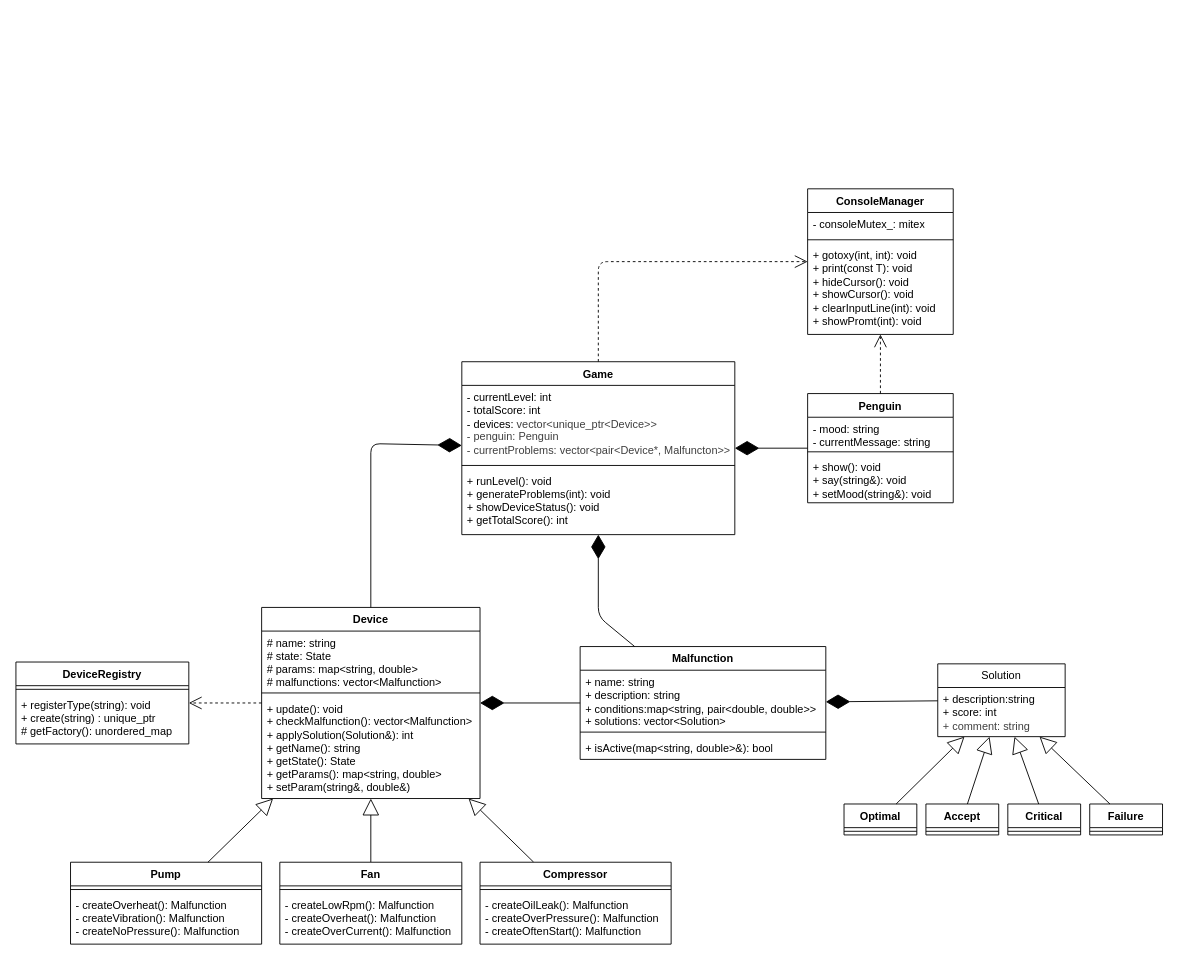
MARGO0901/otus-finalproject keeps this draw.io diagram as docs/diagram.drawio. Above is the earlier version. Source tidied: cells renumbered, new cells numbered last; positions are measured from the earlier drawing's top-left corner, leaving out a move shared by most shapes. Both pictures are drawn from the tidied source at 91%, with x=0, y=0 at pixel (15, 188).
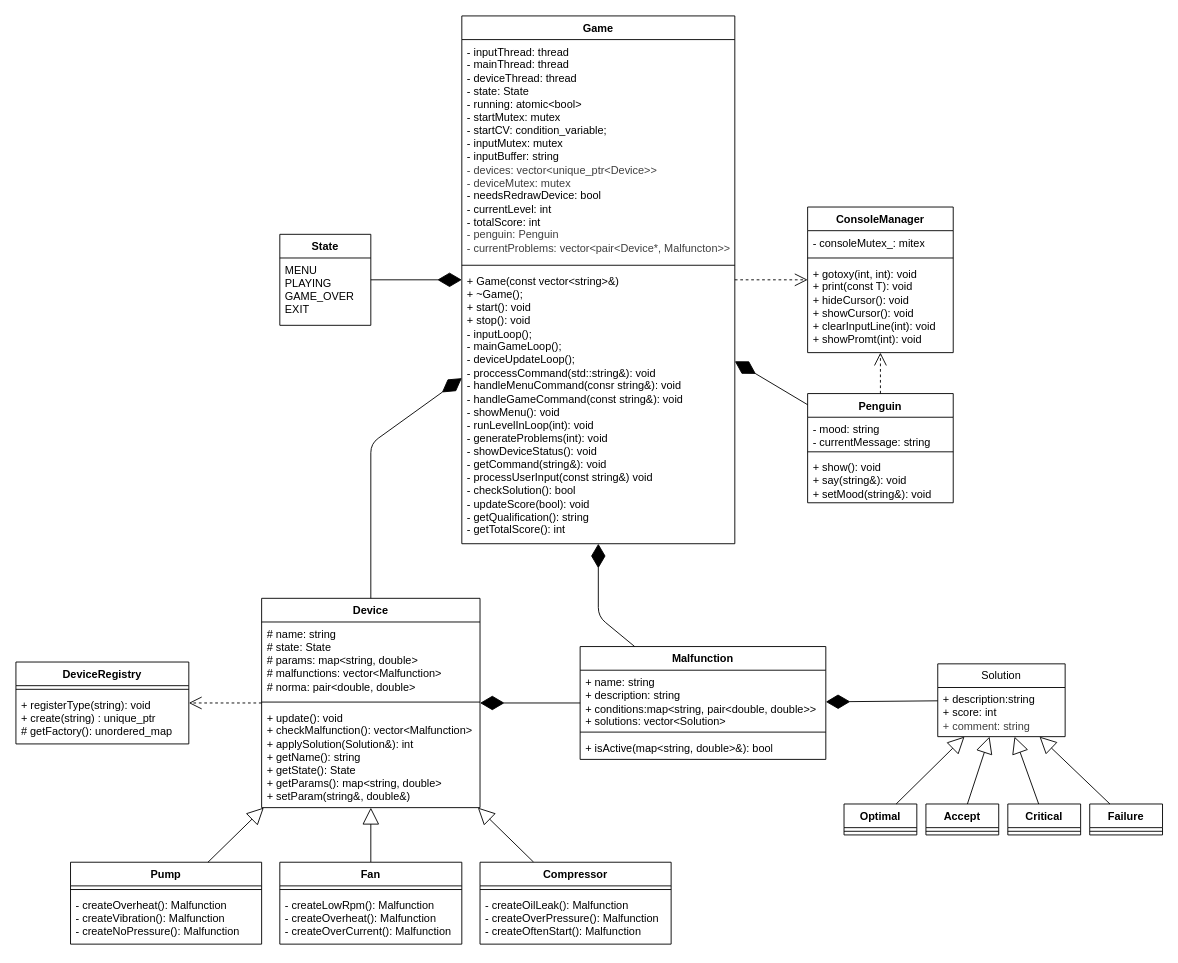
The same page after the edit.

Diff of the diagram source:
```diff
@@
     <mxCell id="2" value="Game" style="swimlane;fontStyle=1;align=center;verticalAlign=top;horizontal=1;startSize=26;whiteSpace=wrap;html=1;" parent="1" vertex="1">
-      <mxGeometry x="490" y="190" width="300" height="190" as="geometry" />
+      <mxGeometry x="490" y="-190" width="300" height="580" as="geometry" />
     </mxCell>
-    <mxCell id="3" value="- currentLevel: int&lt;div&gt;- totalScore: int&lt;/div&gt;&lt;div&gt;- devices:&amp;nbsp;&lt;span style=&quot;color: rgb(63, 63, 63); background-color: transparent;&quot;&gt;vector&amp;lt;unique_ptr&amp;lt;Device&amp;gt;&amp;gt;&lt;/span&gt;&lt;/div&gt;&lt;div&gt;&lt;span style=&quot;color: rgb(63, 63, 63); background-color: transparent;&quot;&gt;- penguin: Penguin&lt;/span&gt;&lt;/div&gt;&lt;div&gt;&lt;span style=&quot;color: rgb(63, 63, 63); background-color: transparent;&quot;&gt;&lt;span style=&quot;color: rgb(63, 63, 63);&quot;&gt;- currentProblems: vector&amp;lt;pair&amp;lt;Device*, Malfuncton&amp;gt;&amp;gt;&lt;/span&gt;&lt;/span&gt;&lt;/div&gt;" style="text;strokeColor=none;fillColor=none;align=left;verticalAlign=top;spacingLeft=4;spacingRight=4;overflow=hidden;whiteSpace=wrap;html=1;" parent="2" vertex="1">
-      <mxGeometry y="26" width="300" height="84" as="geometry" />
+    <mxCell id="3" value="&lt;div&gt;- inputThread: thread&lt;/div&gt;&lt;div&gt;- mainThread: thread&lt;/div&gt;&lt;div&gt;- deviceThread: thread&lt;/div&gt;&lt;div&gt;- state: State&lt;/div&gt;&lt;div&gt;- running: atomic&amp;lt;bool&amp;gt;&lt;/div&gt;&lt;div&gt;- startMutex: mutex&lt;/div&gt;&lt;div&gt;- startCV: condition_variable;&lt;/div&gt;&lt;div&gt;- inputMutex: mutex&lt;/div&gt;&lt;div&gt;- inputBuffer: string&lt;/div&gt;&lt;div&gt;&lt;span style=&quot;color: rgb(63, 63, 63);&quot;&gt;- devices:&amp;nbsp;&lt;/span&gt;&lt;span style=&quot;scrollbar-color: rgb(226, 226, 226) rgb(251, 251, 251); background-color: transparent; color: rgb(63, 63, 63);&quot;&gt;vector&amp;lt;unique_ptr&amp;lt;Device&amp;gt;&amp;gt;&lt;/span&gt;&lt;/div&gt;&lt;div&gt;&lt;span style=&quot;scrollbar-color: rgb(226, 226, 226) rgb(251, 251, 251); background-color: transparent; color: rgb(63, 63, 63);&quot;&gt;- deviceMutex: mutex&lt;/span&gt;&lt;/div&gt;&lt;div&gt;- needsRedrawDevice: bool&lt;/div&gt;- currentLevel: int&lt;div&gt;- totalScore: int&lt;/div&gt;&lt;div&gt;&lt;span style=&quot;color: rgb(63, 63, 63); background-color: transparent;&quot;&gt;- penguin: Penguin&lt;/span&gt;&lt;/div&gt;&lt;div&gt;&lt;span style=&quot;color: rgb(63, 63, 63); background-color: transparent;&quot;&gt;&lt;span style=&quot;color: rgb(63, 63, 63);&quot;&gt;- currentProblems: vector&amp;lt;pair&amp;lt;Device*, Malfuncton&amp;gt;&amp;gt;&lt;/span&gt;&lt;/span&gt;&lt;/div&gt;" style="text;strokeColor=none;fillColor=none;align=left;verticalAlign=top;spacingLeft=4;spacingRight=4;overflow=hidden;whiteSpace=wrap;html=1;" parent="2" vertex="1">
+      <mxGeometry y="26" width="300" height="244" as="geometry" />
     </mxCell>
     <mxCell id="4" style="line;strokeWidth=1;fillColor=none;align=left;verticalAlign=middle;spacingTop=-1;spacingLeft=3;spacingRight=3;labelPosition=right;strokeColor=inherit;" parent="2" vertex="1">
-      <mxGeometry y="110" width="300" height="8" as="geometry" />
+      <mxGeometry y="270" width="300" height="8" as="geometry" />
     </mxCell>
-    <mxCell id="5" value="+ runLevel(): void&lt;div&gt;+ generateProblems(int): void&lt;/div&gt;&lt;div&gt;+ showDeviceStatus(): void&lt;/div&gt;&lt;div&gt;+ getTotalScore(): int&lt;/div&gt;" style="text;strokeColor=none;fillColor=none;align=left;verticalAlign=top;spacingLeft=4;spacingRight=4;overflow=hidden;whiteSpace=wrap;html=1;" parent="2" vertex="1">
-      <mxGeometry y="118" width="300" height="72" as="geometry" />
+    <mxCell id="5" value="&lt;div&gt;+ Game(const vector&amp;lt;string&amp;gt;&amp;amp;)&lt;/div&gt;&lt;div&gt;+ ~Game();&lt;/div&gt;&lt;div&gt;+ start(): void&lt;/div&gt;&lt;div&gt;+ stop(): void&lt;/div&gt;&lt;div&gt;- inputLoop();&lt;/div&gt;&lt;div&gt;- mainGameLoop();&lt;/div&gt;&lt;div&gt;- deviceUpdateLoop();&lt;/div&gt;&lt;div&gt;- proccessCommand(std::string&amp;amp;): void&lt;/div&gt;&lt;div&gt;- handleMenuCommand(consr string&amp;amp;): void&lt;/div&gt;&lt;div&gt;- handleGameCommand(const string&amp;amp;): void&lt;/div&gt;&lt;div&gt;- showMenu(): void&lt;/div&gt;- runLevelInLoop(int): void&lt;div&gt;- generateProblems(int): void&lt;/div&gt;&lt;div&gt;- showDeviceStatus(): void&lt;/div&gt;&lt;div&gt;- getCommand(string&amp;amp;): void&lt;/div&gt;&lt;div&gt;- processUserInput(const string&amp;amp;) void&lt;/div&gt;&lt;div&gt;- checkSolution(): bool&lt;/div&gt;&lt;div&gt;- updateScore(bool): void&lt;/div&gt;&lt;div&gt;- getQualification(): string&lt;/div&gt;&lt;div&gt;- getTotalScore(): int&lt;/div&gt;" style="text;strokeColor=none;fillColor=none;align=left;verticalAlign=top;spacingLeft=4;spacingRight=4;overflow=hidden;whiteSpace=wrap;html=1;" parent="2" vertex="1">
+      <mxGeometry y="278" width="300" height="302" as="geometry" />
     </mxCell>
     <mxCell id="6" value="Device" style="swimlane;fontStyle=1;align=center;verticalAlign=top;horizontal=1;startSize=26;whiteSpace=wrap;html=1;" parent="1" vertex="1">
-      <mxGeometry x="270" y="460" width="240" height="210" as="geometry" />
+      <mxGeometry x="270" y="450" width="240" height="230" as="geometry" />
     </mxCell>
-    <mxCell id="7" value="# name: string&lt;div&gt;# state: State&lt;/div&gt;&lt;div&gt;# params: map&amp;lt;string, double&amp;gt;&lt;/div&gt;&lt;div&gt;# malfunctions: vector&amp;lt;Malfunction&amp;gt;&lt;/div&gt;" style="text;strokeColor=none;fillColor=none;align=left;verticalAlign=top;spacingLeft=4;spacingRight=4;overflow=hidden;whiteSpace=wrap;html=1;" parent="6" vertex="1">
-      <mxGeometry y="26" width="240" height="64" as="geometry" />
+    <mxCell id="7" value="# name: string&lt;div&gt;# state: State&lt;/div&gt;&lt;div&gt;# params: map&amp;lt;string, double&amp;gt;&lt;/div&gt;&lt;div&gt;# malfunctions: vector&amp;lt;Malfunction&amp;gt;&lt;/div&gt;&lt;div&gt;# norma: pair&amp;lt;double, double&amp;gt;&lt;/div&gt;" style="text;strokeColor=none;fillColor=none;align=left;verticalAlign=top;spacingLeft=4;spacingRight=4;overflow=hidden;whiteSpace=wrap;html=1;" parent="6" vertex="1">
+      <mxGeometry y="26" width="240" height="84" as="geometry" />
     </mxCell>
     <mxCell id="8" style="line;strokeWidth=1;fillColor=none;align=left;verticalAlign=middle;spacingTop=-1;spacingLeft=3;spacingRight=3;labelPosition=right;strokeColor=inherit;" parent="6" vertex="1">
-      <mxGeometry y="90" width="240" height="8" as="geometry" />
+      <mxGeometry y="110" width="240" height="8" as="geometry" />
     </mxCell>
     <mxCell id="9" value="+ update(): void&lt;div&gt;+ checkMalfunction(): vector&amp;lt;Malfunction&amp;gt;&lt;/div&gt;&lt;div&gt;+ applySolution(Solution&amp;amp;): int&lt;/div&gt;&lt;div&gt;+ getName(): string&lt;/div&gt;&lt;div&gt;+ getState(): State&lt;/div&gt;&lt;div&gt;+ getParams(): map&amp;lt;string, double&amp;gt;&amp;nbsp;&lt;/div&gt;&lt;div&gt;+ setParam(string&amp;amp;, double&amp;amp;)&lt;/div&gt;" style="text;strokeColor=none;fillColor=none;align=left;verticalAlign=top;spacingLeft=4;spacingRight=4;overflow=hidden;whiteSpace=wrap;html=1;" parent="6" vertex="1">
-      <mxGeometry y="98" width="240" height="112" as="geometry" />
+      <mxGeometry y="118" width="240" height="112" as="geometry" />
     </mxCell>
@@
     <mxCell id="53" value="ConsoleManager" style="swimlane;fontStyle=1;align=center;verticalAlign=top;horizontal=1;startSize=26;whiteSpace=wrap;html=1;" parent="1" vertex="1">
-      <mxGeometry x="870" width="160" height="160" as="geometry" />
+      <mxGeometry x="870" y="20" width="160" height="160" as="geometry" />
     </mxCell>
@@
     <mxCell id="57" style="endArrow=open;endSize=12;dashed=1;html=1;" parent="1" edge="1" source="2" target="53">
-      <mxGeometry relative="1" as="geometry">
-        <Array as="points">
-          <mxPoint x="640" y="80" />
-        </Array>
-      </mxGeometry>
+      <mxGeometry relative="1" as="geometry" />
     </mxCell>
@@
+    <mxCell id="59" value="State" style="swimlane;fontStyle=1;align=center;verticalAlign=top;horizontal=1;startSize=26;whiteSpace=wrap;html=1;" parent="1" vertex="1">
+      <mxGeometry x="290" y="50" width="100" height="100" as="geometry" />
+    </mxCell>
+    <mxCell id="60" value="MENU&lt;div&gt;PLAYING&lt;/div&gt;&lt;div&gt;GAME_OVER&lt;/div&gt;&lt;div&gt;EXIT&lt;/div&gt;" style="text;strokeColor=none;fillColor=none;align=left;verticalAlign=top;spacingLeft=4;spacingRight=4;overflow=hidden;whiteSpace=wrap;html=1;" parent="59" vertex="1">
+      <mxGeometry y="26" width="100" height="74" as="geometry" />
+    </mxCell>
+    <mxCell id="61" style="endArrow=diamondThin;endFill=1;endSize=24;html=1;" parent="1" edge="1" source="59" target="2">
+      <mxGeometry relative="1" as="geometry" />
+    </mxCell>
```
